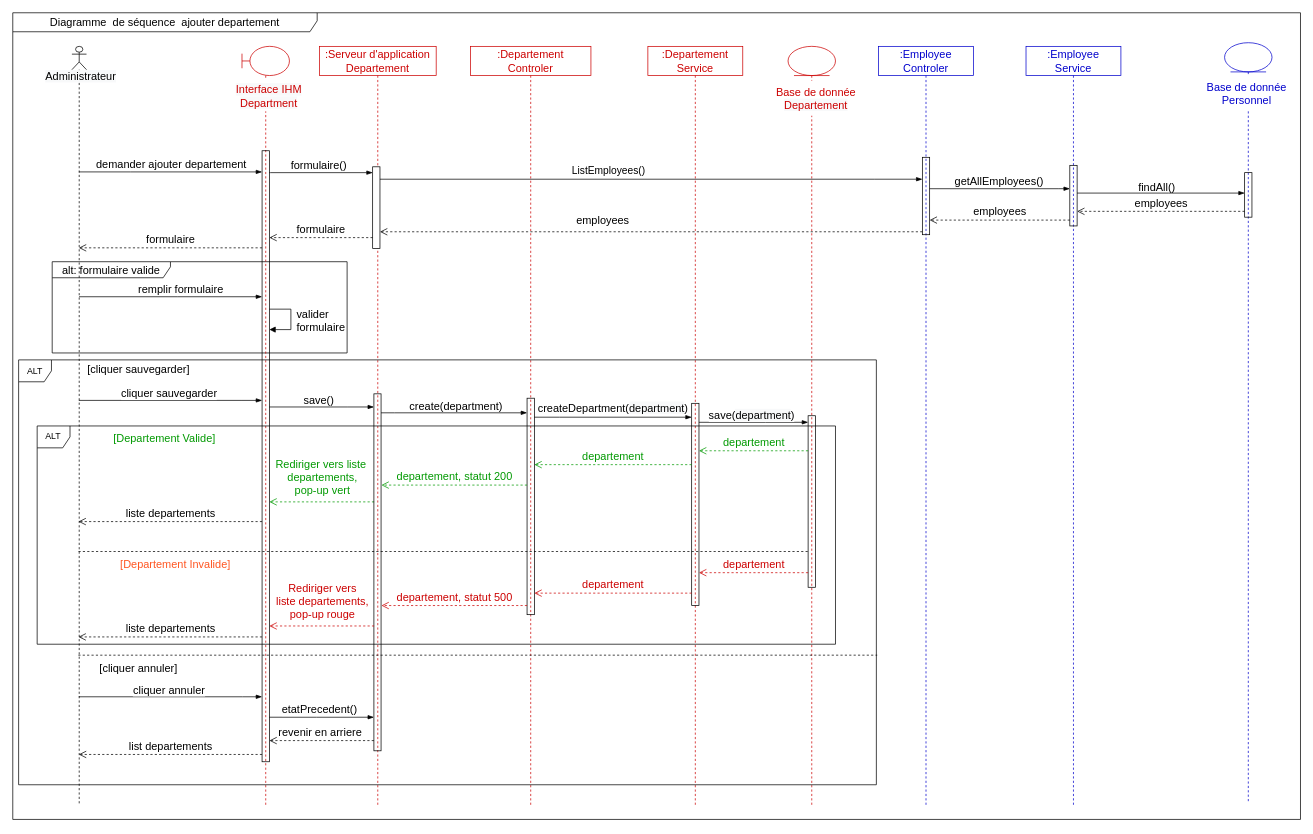
This is Department/AddDepartmentDiagrammeSequence.drawio from ZidiMedAmine/UML, a draw.io file, before an edit. Source tidied: cells renumbered, new cells numbered last; positions are measured from the earlier drawing's top-left corner, leaving out a move shared by most shapes. Both pictures are drawn from the tidied source at 73%, with x=0, y=0 at pixel (12, 12).
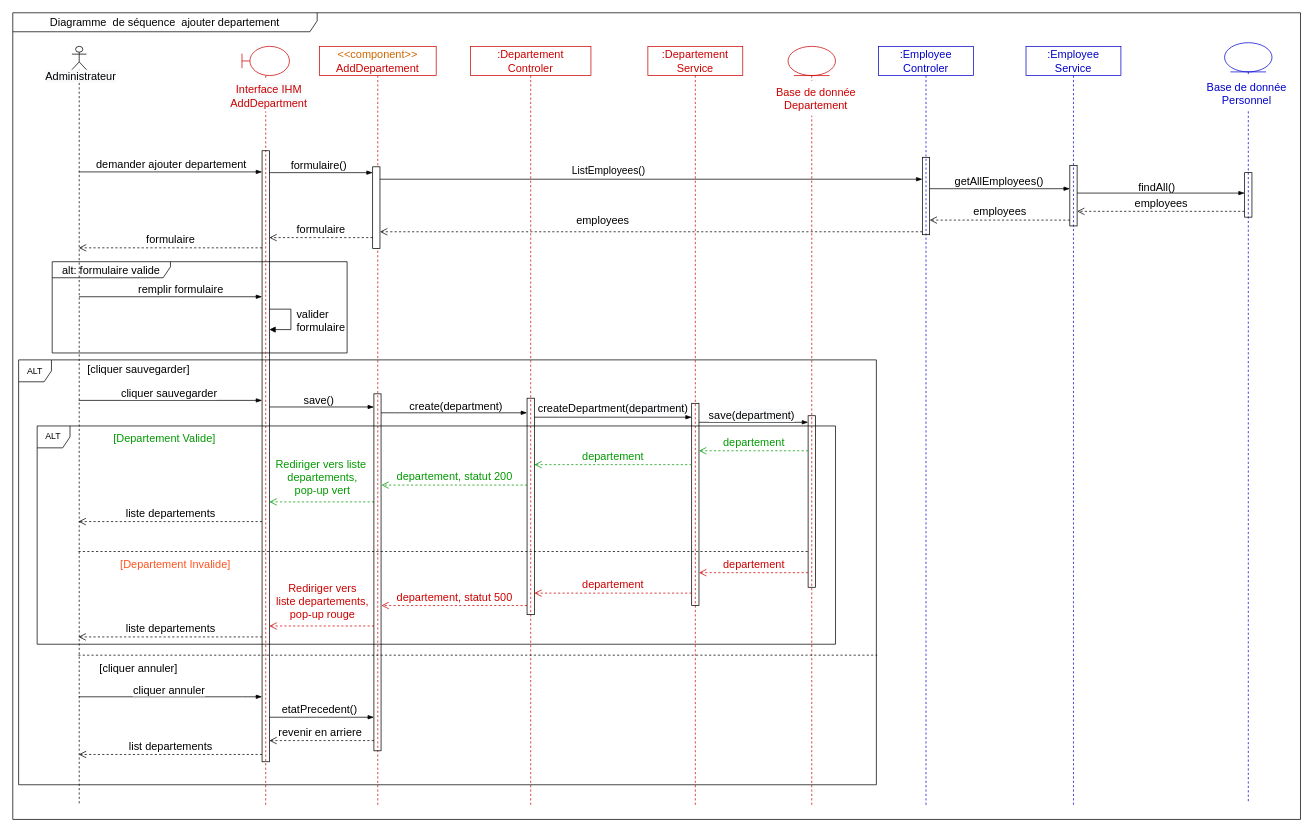
Above is the later version.

Commit message:
Mettre à jour AddDepartmentDiagrammeSequence.drawio

Unchanged cells that the change refers to:
```xml
<mxCell id="14" style="shape=umlLifeline;participant=umlBoundary;perimeter=lifelinePerimeter;whiteSpace=wrap;html=1;verticalAlign=top;spacingTop=36;rounded=0;shadow=0;glass=0;sketch=0;fontSize=15;fillColor=none;fontColor=#CC6600;strokeColor=#CC0000;" parent="1" vertex="1">
  <mxGeometry x="314" y="46" width="65" height="1040" as="geometry" />
</mxCell>
```

The edit, as a diff of the source:
```diff
@@
-    <mxCell id="15" value="&lt;span style=&quot;font-family: Helvetica; font-size: 15px; font-style: normal; font-variant-ligatures: normal; font-variant-caps: normal; font-weight: 400; letter-spacing: normal; orphans: 2; text-indent: 0px; text-transform: none; widows: 2; word-spacing: 0px; -webkit-text-stroke-width: 0px; background-color: rgb(248, 249, 250); text-decoration-thickness: initial; text-decoration-style: initial; text-decoration-color: initial; float: none; display: inline !important;&quot;&gt;Interface IHM&lt;/span&gt;&lt;br style=&quot;font-family: Helvetica; font-size: 15px; font-style: normal; font-variant-ligatures: normal; font-variant-caps: normal; font-weight: 400; letter-spacing: normal; orphans: 2; text-indent: 0px; text-transform: none; widows: 2; word-spacing: 0px; -webkit-text-stroke-width: 0px; background-color: rgb(248, 249, 250); text-decoration-thickness: initial; text-decoration-style: initial; text-decoration-color: initial;&quot;&gt;&lt;span style=&quot;font-family: Helvetica; font-size: 15px; font-style: normal; font-variant-ligatures: normal; font-variant-caps: normal; font-weight: 400; letter-spacing: normal; orphans: 2; text-indent: 0px; text-transform: none; widows: 2; word-spacing: 0px; -webkit-text-stroke-width: 0px; background-color: rgb(248, 249, 250); text-decoration-thickness: initial; text-decoration-style: initial; text-decoration-color: initial; float: none; display: inline !important;&quot;&gt;Department&lt;/span&gt;" style="text;whiteSpace=wrap;html=1;fontSize=15;align=center;fillColor=default;fontColor=#CC0000;" parent="14" vertex="1">
+    <mxCell id="15" value="&lt;span style=&quot;font-family: Helvetica; font-size: 15px; font-style: normal; font-variant-ligatures: normal; font-variant-caps: normal; font-weight: 400; letter-spacing: normal; orphans: 2; text-indent: 0px; text-transform: none; widows: 2; word-spacing: 0px; -webkit-text-stroke-width: 0px; background-color: rgb(248, 249, 250); text-decoration-thickness: initial; text-decoration-style: initial; text-decoration-color: initial; float: none; display: inline !important;&quot;&gt;Interface IHM&lt;/span&gt;&lt;br style=&quot;font-family: Helvetica; font-size: 15px; font-style: normal; font-variant-ligatures: normal; font-variant-caps: normal; font-weight: 400; letter-spacing: normal; orphans: 2; text-indent: 0px; text-transform: none; widows: 2; word-spacing: 0px; -webkit-text-stroke-width: 0px; background-color: rgb(248, 249, 250); text-decoration-thickness: initial; text-decoration-style: initial; text-decoration-color: initial;&quot;&gt;&lt;span style=&quot;font-family: Helvetica; font-size: 15px; font-style: normal; font-variant-ligatures: normal; font-variant-caps: normal; font-weight: 400; letter-spacing: normal; orphans: 2; text-indent: 0px; text-transform: none; widows: 2; word-spacing: 0px; -webkit-text-stroke-width: 0px; background-color: rgb(248, 249, 250); text-decoration-thickness: initial; text-decoration-style: initial; text-decoration-color: initial; float: none; display: inline !important;&quot;&gt;AddDepartment&lt;/span&gt;" style="text;whiteSpace=wrap;html=1;fontSize=15;align=center;fillColor=default;fontColor=#CC0000;" parent="14" vertex="1">
       <mxGeometry x="-24" y="44" width="122" height="45" as="geometry" />
     </mxCell>
@@
-    <mxCell id="26" value=":Serveur d'application&lt;br&gt;Departement" style="shape=umlLifeline;perimeter=lifelinePerimeter;whiteSpace=wrap;html=1;rounded=0;shadow=0;glass=0;sketch=0;fillColor=none;fontSize=15;fontColor=#CC0000;strokeColor=#CC0000;" parent="1" vertex="1">
+    <mxCell id="26" value="&lt;span style=&quot;color: rgb(204, 102, 0);&quot;&gt;&amp;lt;&amp;lt;component&amp;gt;&amp;gt;&lt;/span&gt;&lt;br style=&quot;color: rgb(204, 102, 0);&quot;&gt;AddDepartement" style="shape=umlLifeline;perimeter=lifelinePerimeter;whiteSpace=wrap;html=1;rounded=0;shadow=0;glass=0;sketch=0;fillColor=none;fontSize=15;fontColor=#CC0000;strokeColor=#CC0000;" parent="1" vertex="1">
       <mxGeometry x="420" y="46" width="160" height="1040" as="geometry" />
     </mxCell>
```
